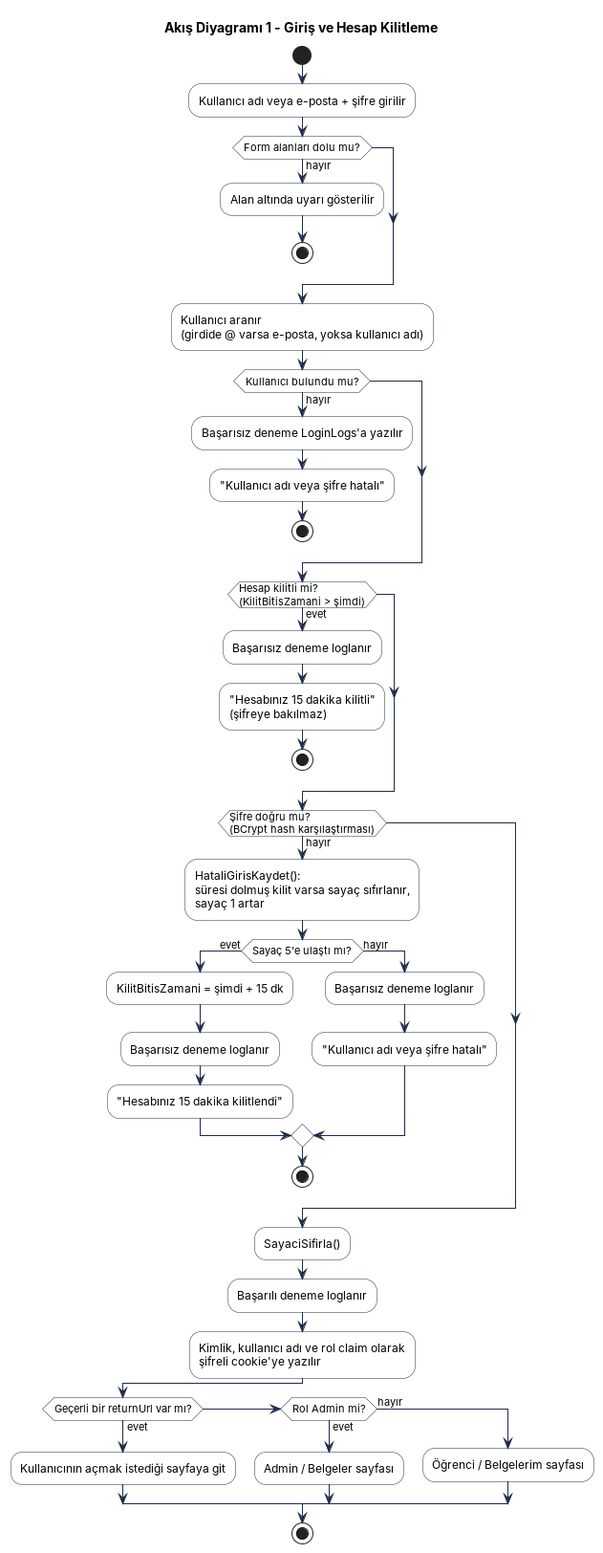
Earlier version of the PlantUML export Diyagramlar/akis-giris.png (asticfant/Staj-Evrak-Sistemi). Its diagram source:
```plantuml
@startuml akis-giris
title Akış Diyagramı 1 - Giriş ve Hesap Kilitleme
skinparam defaultFontName Arial
skinparam ActivityBackgroundColor #FFFFFF
skinparam ActivityBorderColor #1F2B4D
skinparam ArrowColor #1F2B4D

start
:Kullanıcı adı veya e-posta + şifre girilir;
if (Form alanları dolu mu?) then (hayır)
  :Alan altında uyarı gösterilir;
  stop
endif
:Kullanıcı aranır\n(girdide @ varsa e-posta, yoksa kullanıcı adı);
if (Kullanıcı bulundu mu?) then (hayır)
  :Başarısız deneme LoginLogs'a yazılır;
  :"Kullanıcı adı veya şifre hatalı";
  stop
endif
if (Hesap kilitli mi?\n(KilitBitisZamani > şimdi)) then (evet)
  :Başarısız deneme loglanır;
  :"Hesabınız 15 dakika kilitli"\n(şifreye bakılmaz);
  stop
endif
if (Şifre doğru mu?\n(BCrypt hash karşılaştırması)) then (hayır)
  :HataliGirisKaydet():\nsüresi dolmuş kilit varsa sayaç sıfırlanır,\nsayaç 1 artar;
  if (Sayaç 5'e ulaştı mı?) then (evet)
    :KilitBitisZamani = şimdi + 15 dk;
    :Başarısız deneme loglanır;
    :"Hesabınız 15 dakika kilitlendi";
  else (hayır)
    :Başarısız deneme loglanır;
    :"Kullanıcı adı veya şifre hatalı";
  endif
  stop
endif
:SayaciSifirla();
:Başarılı deneme loglanır;
:Kimlik, kullanıcı adı ve rol claim olarak\nşifreli cookie'ye yazılır;
if (Geçerli bir returnUrl var mı?) then (evet)
  :Kullanıcının açmak istediği sayfaya git;
elseif (Rol Admin mi?) then (evet)
  :Admin / Belgeler sayfası;
else (hayır)
  :Öğrenci / Belgelerim sayfası;
endif
stop
@enduml
```
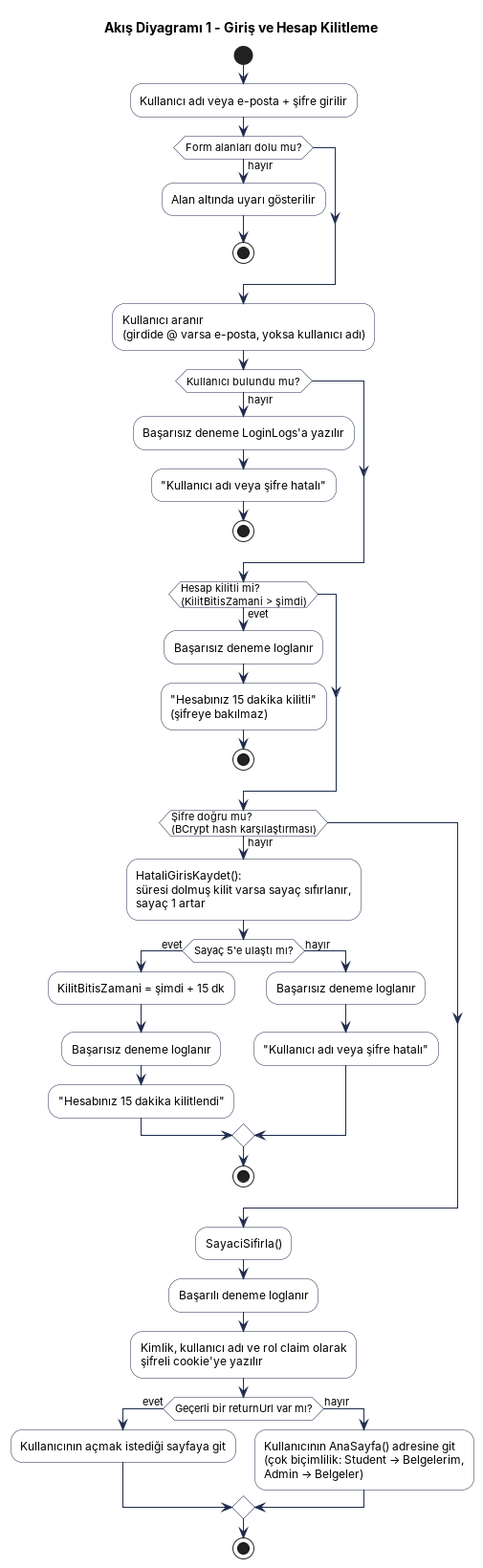
Above is the later version.

What changed in the source:
```diff
@@ -39,10 +39,8 @@
 :Kimlik, kullanıcı adı ve rol claim olarak\nşifreli cookie'ye yazılır;
 if (Geçerli bir returnUrl var mı?) then (evet)
   :Kullanıcının açmak istediği sayfaya git;
-elseif (Rol Admin mi?) then (evet)
-  :Admin / Belgeler sayfası;
 else (hayır)
-  :Öğrenci / Belgelerim sayfası;
+  :Kullanıcının AnaSayfa() adresine git\n(çok biçimlilik: Student → Belgelerim,\nAdmin → Belgeler);
 endif
 stop
 @enduml
```
